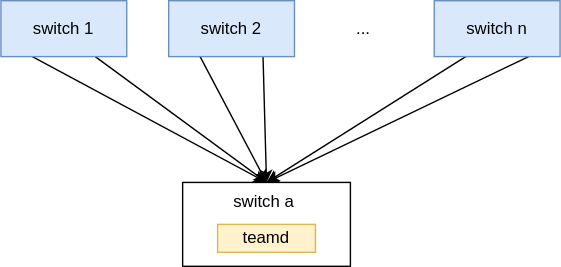
Above: doc/lag/images/upgrade_scenarios.svg in sonic-net/SONiC (draw.io), before the change. Source tidied: cells renumbered, new cells last; positions are measured from the earlier drawing's top-left corner, leaving out a move shared by most shapes. Source of this version:
```xml
<mxGraphModel>
  <root>
    <mxCell id="0" />
    <mxCell id="1" parent="0" />
    <mxCell id="2" style="rounded=0;jettySize=auto;html=1;entryX=0.5;entryY=0;entryDx=0;entryDy=0;exitX=0.25;exitY=1;exitDx=0;exitDy=0;" parent="1" edge="1" source="10" target="9">
      <mxGeometry relative="1" as="geometry" />
    </mxCell>
    <mxCell id="3" style="rounded=0;jettySize=auto;html=1;entryX=0.5;entryY=0;entryDx=0;entryDy=0;exitX=0.75;exitY=1;exitDx=0;exitDy=0;" parent="1" edge="1" source="10" target="9">
      <mxGeometry relative="1" as="geometry" />
    </mxCell>
    <mxCell id="4" style="edgeStyle=none;rounded=0;jettySize=auto;html=1;exitX=0.25;exitY=1;exitDx=0;exitDy=0;entryX=0.5;entryY=0;entryDx=0;entryDy=0;" parent="1" edge="1" source="11" target="9">
      <mxGeometry relative="1" as="geometry" />
    </mxCell>
    <mxCell id="5" style="edgeStyle=none;rounded=0;jettySize=auto;html=1;exitX=0.75;exitY=1;exitDx=0;exitDy=0;entryX=0.5;entryY=0;entryDx=0;entryDy=0;" parent="1" edge="1" source="11" target="9">
      <mxGeometry relative="1" as="geometry" />
    </mxCell>
    <mxCell id="6" style="edgeStyle=none;rounded=0;jettySize=auto;html=1;exitX=0.25;exitY=1;exitDx=0;exitDy=0;entryX=0.5;entryY=0;entryDx=0;entryDy=0;" parent="1" edge="1" source="12" target="9">
      <mxGeometry relative="1" as="geometry" />
    </mxCell>
    <mxCell id="7" style="edgeStyle=none;rounded=0;jettySize=auto;html=1;exitX=0.75;exitY=1;exitDx=0;exitDy=0;entryX=0.5;entryY=0;entryDx=0;entryDy=0;" parent="1" edge="1" source="12" target="9">
      <mxGeometry relative="1" as="geometry" />
    </mxCell>
    <mxCell id="8" value="..." style="text;html=1;align=center;verticalAlign=middle;" parent="1" vertex="1">
      <mxGeometry x="243.5" y="10" width="30" height="20" as="geometry" />
    </mxCell>
    <mxCell id="9" value="switch a&amp;nbsp;" style="rounded=0;whiteSpace=wrap;html=1;fillColor=none;verticalAlign=top;" parent="1" vertex="1">
      <mxGeometry x="130" y="130" width="120" height="60" as="geometry" />
    </mxCell>
    <mxCell id="10" value="switch 1" style="rounded=0;whiteSpace=wrap;html=1;fillColor=#dae8fc;strokeColor=#6c8ebf;" parent="1" vertex="1">
      <mxGeometry width="90" height="40" as="geometry" />
    </mxCell>
    <mxCell id="11" value="switch 2" style="rounded=0;whiteSpace=wrap;html=1;fillColor=#dae8fc;strokeColor=#6c8ebf;" parent="1" vertex="1">
      <mxGeometry x="120" width="90" height="40" as="geometry" />
    </mxCell>
    <mxCell id="12" value="switch&amp;nbsp;n" style="rounded=0;whiteSpace=wrap;html=1;fillColor=#dae8fc;strokeColor=#6c8ebf;" parent="1" vertex="1">
      <mxGeometry x="310" width="90" height="40" as="geometry" />
    </mxCell>
    <mxCell id="13" value="teamd" style="rounded=0;whiteSpace=wrap;html=1;fillColor=#fff2cc;strokeColor=#d6b656;" parent="1" vertex="1">
      <mxGeometry x="155" y="160" width="70" height="20" as="geometry" />
    </mxCell>
  </root>
</mxGraphModel>
```
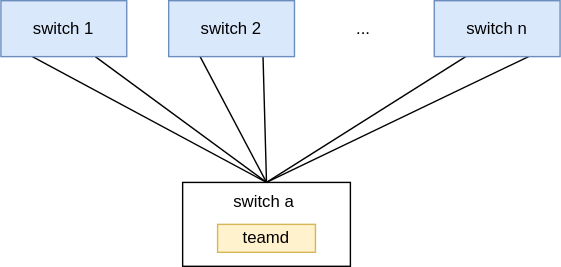
Above is the later version.

Change to the diagram source:
```diff
@@ -2,22 +2,22 @@
   <root>
     <mxCell id="0" />
     <mxCell id="1" parent="0" />
-    <mxCell id="2" style="rounded=0;jettySize=auto;html=1;entryX=0.5;entryY=0;entryDx=0;entryDy=0;exitX=0.25;exitY=1;exitDx=0;exitDy=0;" parent="1" edge="1" source="10" target="9">
+    <mxCell id="2" style="rounded=0;jettySize=auto;html=1;entryX=0.5;entryY=0;entryDx=0;entryDy=0;exitX=0.25;exitY=1;exitDx=0;exitDy=0;endArrow=none;endFill=0;" parent="1" edge="1" source="10" target="9">
       <mxGeometry relative="1" as="geometry" />
     </mxCell>
-    <mxCell id="3" style="rounded=0;jettySize=auto;html=1;entryX=0.5;entryY=0;entryDx=0;entryDy=0;exitX=0.75;exitY=1;exitDx=0;exitDy=0;" parent="1" edge="1" source="10" target="9">
+    <mxCell id="3" style="rounded=0;jettySize=auto;html=1;entryX=0.5;entryY=0;entryDx=0;entryDy=0;exitX=0.75;exitY=1;exitDx=0;exitDy=0;endArrow=none;endFill=0;" parent="1" edge="1" source="10" target="9">
       <mxGeometry relative="1" as="geometry" />
     </mxCell>
-    <mxCell id="4" style="edgeStyle=none;rounded=0;jettySize=auto;html=1;exitX=0.25;exitY=1;exitDx=0;exitDy=0;entryX=0.5;entryY=0;entryDx=0;entryDy=0;" parent="1" edge="1" source="11" target="9">
+    <mxCell id="4" style="edgeStyle=none;rounded=0;jettySize=auto;html=1;exitX=0.25;exitY=1;exitDx=0;exitDy=0;entryX=0.5;entryY=0;entryDx=0;entryDy=0;endArrow=none;endFill=0;" parent="1" edge="1" source="11" target="9">
       <mxGeometry relative="1" as="geometry" />
     </mxCell>
-    <mxCell id="5" style="edgeStyle=none;rounded=0;jettySize=auto;html=1;exitX=0.75;exitY=1;exitDx=0;exitDy=0;entryX=0.5;entryY=0;entryDx=0;entryDy=0;" parent="1" edge="1" source="11" target="9">
+    <mxCell id="5" style="edgeStyle=none;rounded=0;jettySize=auto;html=1;exitX=0.75;exitY=1;exitDx=0;exitDy=0;entryX=0.5;entryY=0;entryDx=0;entryDy=0;endArrow=none;endFill=0;" parent="1" edge="1" source="11" target="9">
       <mxGeometry relative="1" as="geometry" />
     </mxCell>
-    <mxCell id="6" style="edgeStyle=none;rounded=0;jettySize=auto;html=1;exitX=0.25;exitY=1;exitDx=0;exitDy=0;entryX=0.5;entryY=0;entryDx=0;entryDy=0;" parent="1" edge="1" source="12" target="9">
+    <mxCell id="6" style="edgeStyle=none;rounded=0;jettySize=auto;html=1;exitX=0.25;exitY=1;exitDx=0;exitDy=0;entryX=0.5;entryY=0;entryDx=0;entryDy=0;endArrow=none;endFill=0;" parent="1" edge="1" source="12" target="9">
       <mxGeometry relative="1" as="geometry" />
     </mxCell>
-    <mxCell id="7" style="edgeStyle=none;rounded=0;jettySize=auto;html=1;exitX=0.75;exitY=1;exitDx=0;exitDy=0;entryX=0.5;entryY=0;entryDx=0;entryDy=0;" parent="1" edge="1" source="12" target="9">
+    <mxCell id="7" style="edgeStyle=none;rounded=0;jettySize=auto;html=1;exitX=0.75;exitY=1;exitDx=0;exitDy=0;entryX=0.5;entryY=0;entryDx=0;entryDy=0;endArrow=none;endFill=0;" parent="1" edge="1" source="12" target="9">
       <mxGeometry relative="1" as="geometry" />
     </mxCell>
     <mxCell id="8" value="..." style="text;html=1;align=center;verticalAlign=middle;" parent="1" vertex="1">
```
